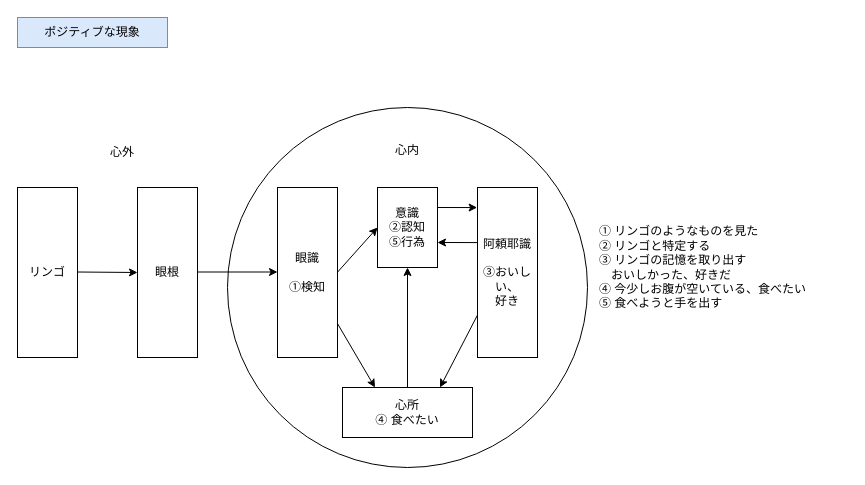
Before: yuishiki_posi.drawio in YossyIto/booklog_drowio, a draw.io diagram. Source tidied: cells renumbered, new cells numbered last; positions are measured from the earlier drawing's top-left corner, leaving out a move shared by most shapes. Both pictures are drawn from the tidied source at 100%, with x=0, y=0 at pixel (17, 17).
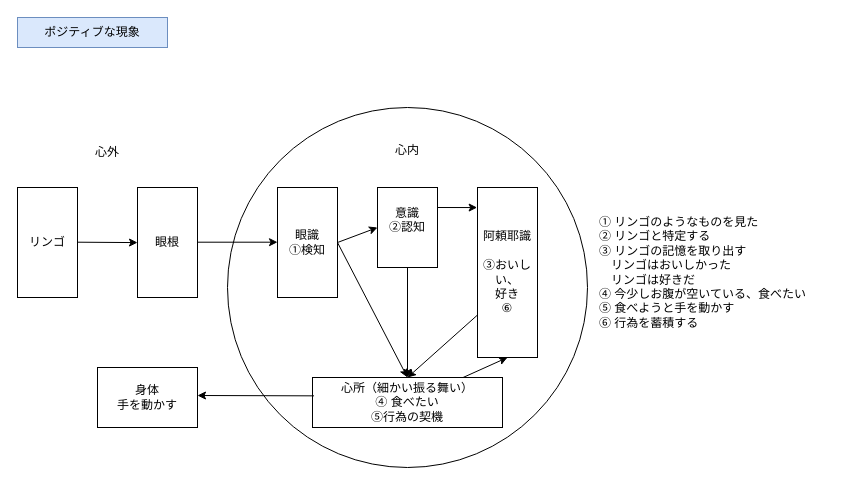
The same diagram, later.

Commit message (it also covers changes not shown here):
yuishiki_posi.drawio を更新します

Diff of the diagram source:
```diff
@@
-    <mxCell id="4" value="阿頼耶識&lt;div&gt;&lt;br&gt;&lt;div&gt;③おいしい、&lt;/div&gt;&lt;/div&gt;&lt;div&gt;好き&lt;/div&gt;" style="rounded=0;whiteSpace=wrap;html=1;" parent="1" vertex="1">
+    <mxCell id="4" value="阿頼耶識&lt;div&gt;&lt;br&gt;&lt;div&gt;③おいしい、&lt;/div&gt;&lt;/div&gt;&lt;div&gt;好き&lt;/div&gt;&lt;div&gt;⑥&lt;/div&gt;" style="rounded=0;whiteSpace=wrap;html=1;" parent="1" vertex="1">
       <mxGeometry x="460" y="170" width="60" height="170" as="geometry" />
     </mxCell>
     <mxCell id="5" value="心外" style="text;html=1;align=center;verticalAlign=middle;whiteSpace=wrap;rounded=0;" parent="1" vertex="1">
-      <mxGeometry x="30" y="120" width="150" height="30" as="geometry" />
+      <mxGeometry y="120" width="180" height="30" as="geometry" />
     </mxCell>
-    <mxCell id="6" value="眼識&lt;div&gt;&lt;br&gt;&lt;/div&gt;&lt;div&gt;①検知&lt;/div&gt;" style="rounded=0;whiteSpace=wrap;html=1;" parent="1" vertex="1">
-      <mxGeometry x="260" y="170" width="60" height="170" as="geometry" />
+    <mxCell id="6" value="眼識&lt;div&gt;①検知&lt;/div&gt;" style="rounded=0;whiteSpace=wrap;html=1;" parent="1" vertex="1">
+      <mxGeometry x="260" y="170" width="60" height="110" as="geometry" />
     </mxCell>
     <mxCell id="7" value="リンゴ" style="rounded=0;whiteSpace=wrap;html=1;" parent="1" vertex="1">
-      <mxGeometry y="170" width="60" height="170" as="geometry" />
+      <mxGeometry y="170" width="60" height="110" as="geometry" />
     </mxCell>
     <mxCell id="8" value="眼根" style="rounded=0;whiteSpace=wrap;html=1;" parent="1" vertex="1">
-      <mxGeometry x="120" y="170" width="60" height="170" as="geometry" />
+      <mxGeometry x="120" y="170" width="60" height="110" as="geometry" />
     </mxCell>
     <mxCell id="9" style="endArrow=classic;html=1;rounded=0;" parent="1" edge="1">
       <mxGeometry relative="1" as="geometry">
-        <mxPoint x="60" y="254.5" as="sourcePoint" />
-        <mxPoint x="120" y="255" as="targetPoint" />
+        <mxPoint x="60" y="224.7" as="sourcePoint" />
+        <mxPoint x="120" y="225.1" as="targetPoint" />
       </mxGeometry>
     </mxCell>
     <mxCell id="10" style="endArrow=classic;html=1;rounded=0;entryX=0;entryY=0.588;entryDx=0;entryDy=0;entryPerimeter=0;" parent="1" edge="1">
       <mxGeometry relative="1" as="geometry">
-        <mxPoint x="180" y="254.5" as="sourcePoint" />
-        <mxPoint x="260" y="254.5" as="targetPoint" />
+        <mxPoint x="180" y="224.7" as="sourcePoint" />
+        <mxPoint x="260" y="224.7" as="targetPoint" />
       </mxGeometry>
     </mxCell>
@@
-    <mxCell id="12" value="意識&lt;div&gt;➁認知&lt;/div&gt;&lt;div&gt;⑤行為&lt;/div&gt;" style="rounded=0;whiteSpace=wrap;html=1;" parent="1" vertex="1">
+    <mxCell id="12" value="意識&lt;div&gt;➁認知&lt;/div&gt;&lt;div&gt;&lt;br&gt;&lt;/div&gt;" style="rounded=0;whiteSpace=wrap;html=1;" parent="1" vertex="1">
       <mxGeometry x="360" y="170" width="60" height="80" as="geometry" />
     </mxCell>
-    <mxCell id="13" value="心所&lt;div&gt;④ 食べたい&lt;/div&gt;" style="rounded=0;whiteSpace=wrap;html=1;" parent="1" vertex="1">
-      <mxGeometry x="325" y="370" width="130" height="50" as="geometry" />
+    <mxCell id="13" value="心所（細かい振る舞い）&lt;div&gt;④ 食べたい&lt;/div&gt;&lt;div&gt;⑤行為の契機&lt;/div&gt;" style="rounded=0;whiteSpace=wrap;html=1;" parent="1" vertex="1">
+      <mxGeometry x="295" y="360" width="190" height="50" as="geometry" />
     </mxCell>
-    <mxCell id="14" style="endArrow=classic;html=1;rounded=0;entryX=0.25;entryY=0;entryDx=0;entryDy=0;" parent="1" edge="1" source="6" target="13">
+    <mxCell id="14" style="endArrow=classic;html=1;rounded=0;entryX=0.5;entryY=0;entryDx=0;entryDy=0;exitX=1;exitY=0.5;exitDx=0;exitDy=0;" parent="1" edge="1" source="6" target="13">
       <mxGeometry relative="1" as="geometry" />
     </mxCell>
     <mxCell id="15" style="endArrow=classic;html=1;rounded=0;entryX=0;entryY=0.5;entryDx=0;entryDy=0;" parent="1" edge="1" target="12">
       <mxGeometry relative="1" as="geometry">
-        <mxPoint x="320" y="254.7" as="sourcePoint" />
+        <mxPoint x="320" y="225" as="sourcePoint" />
       </mxGeometry>
     </mxCell>
-    <mxCell id="16" style="endArrow=classic;html=1;rounded=0;exitX=0;exitY=0.75;exitDx=0;exitDy=0;entryX=0.75;entryY=0;entryDx=0;entryDy=0;" parent="1" edge="1" source="4" target="13">
+    <mxCell id="16" style="endArrow=classic;html=1;rounded=0;exitX=0;exitY=0.75;exitDx=0;exitDy=0;entryX=0.5;entryY=0;entryDx=0;entryDy=0;" parent="1" edge="1" source="4" target="13">
       <mxGeometry relative="1" as="geometry" />
     </mxCell>
-    <mxCell id="17" value="① リンゴのようなものを見た&lt;div&gt;➁ リンゴと特定する&lt;/div&gt;&lt;div&gt;③ リンゴの記憶を取り出す&lt;/div&gt;&lt;div&gt;　おいしかった、好きだ&lt;/div&gt;&lt;div&gt;④ 今少しお腹が空いている、食べたい&lt;/div&gt;&lt;div&gt;⑤ 食べようと手を出す&lt;/div&gt;" style="text;html=1;align=left;verticalAlign=middle;whiteSpace=wrap;rounded=0;" parent="1" vertex="1">
-      <mxGeometry x="580" y="140" width="250" height="220" as="geometry" />
+    <mxCell id="17" value="① リンゴのようなものを見た&lt;div&gt;➁ リンゴと特定する&lt;/div&gt;&lt;div&gt;③ リンゴの記憶を取り出す&lt;/div&gt;&lt;div&gt;　リンゴはおいしかった&lt;/div&gt;&lt;div&gt;　リンゴは好きだ&lt;/div&gt;&lt;div&gt;④ 今少しお腹が空いている、食べたい&lt;/div&gt;&lt;div&gt;⑤ 食べようと手を動かす&lt;/div&gt;&lt;div&gt;⑥ 行為を蓄積する&lt;/div&gt;" style="text;html=1;align=left;verticalAlign=middle;whiteSpace=wrap;rounded=0;" parent="1" vertex="1">
+      <mxGeometry x="580" y="150" width="250" height="210" as="geometry" />
     </mxCell>
-    <mxCell id="18" style="endArrow=classic;html=1;rounded=0;entryX=0.5;entryY=1;entryDx=0;entryDy=0;exitX=0.5;exitY=0;exitDx=0;exitDy=0;" parent="1" edge="1" source="13" target="12">
+    <mxCell id="18" style="endArrow=classic;html=1;rounded=0;exitX=0.5;exitY=1;exitDx=0;exitDy=0;" parent="1" edge="1" source="12" target="13">
       <mxGeometry relative="1" as="geometry" />
     </mxCell>
-    <mxCell id="19" style="endArrow=classic;html=1;rounded=0;exitX=0;exitY=0.324;exitDx=0;exitDy=0;exitPerimeter=0;" parent="1" edge="1" source="4">
-      <mxGeometry relative="1" as="geometry">
-        <mxPoint x="420" y="225" as="targetPoint" />
-      </mxGeometry>
-    </mxCell>
+    <mxCell id="20" style="endArrow=classic;html=1;rounded=0;exitX=0.008;exitY=0.367;exitDx=0;exitDy=0;exitPerimeter=0;" parent="1" edge="1" source="13">
+      <mxGeometry relative="1" as="geometry">
+        <mxPoint x="180" y="378" as="targetPoint" />
+      </mxGeometry>
+    </mxCell>
+    <mxCell id="21" value="身体&lt;div&gt;手を動かす&lt;/div&gt;" style="rounded=0;whiteSpace=wrap;html=1;" parent="1" vertex="1">
+      <mxGeometry x="80" y="350" width="100" height="60" as="geometry" />
+    </mxCell>
+    <mxCell id="22" style="endArrow=classic;html=1;rounded=0;entryX=0.5;entryY=1;entryDx=0;entryDy=0;" parent="1" edge="1" source="13" target="4">
+      <mxGeometry relative="1" as="geometry" />
+    </mxCell>
```
